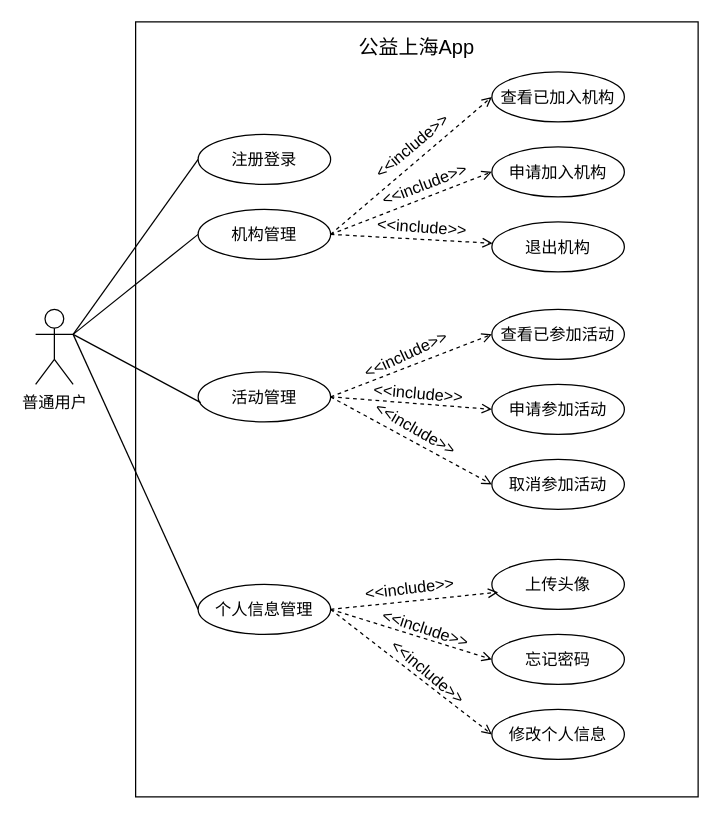
Xiaoran630/drow keeps this draw.io diagram as 用户用例图.drawio. Above is the earlier version. Source tidied: cells renumbered, new cells numbered last; positions are measured from the earlier drawing's top-left corner, leaving out a move shared by most shapes. Both pictures are drawn from the tidied source at 125%, with x=0, y=0 at pixel (35, 21).
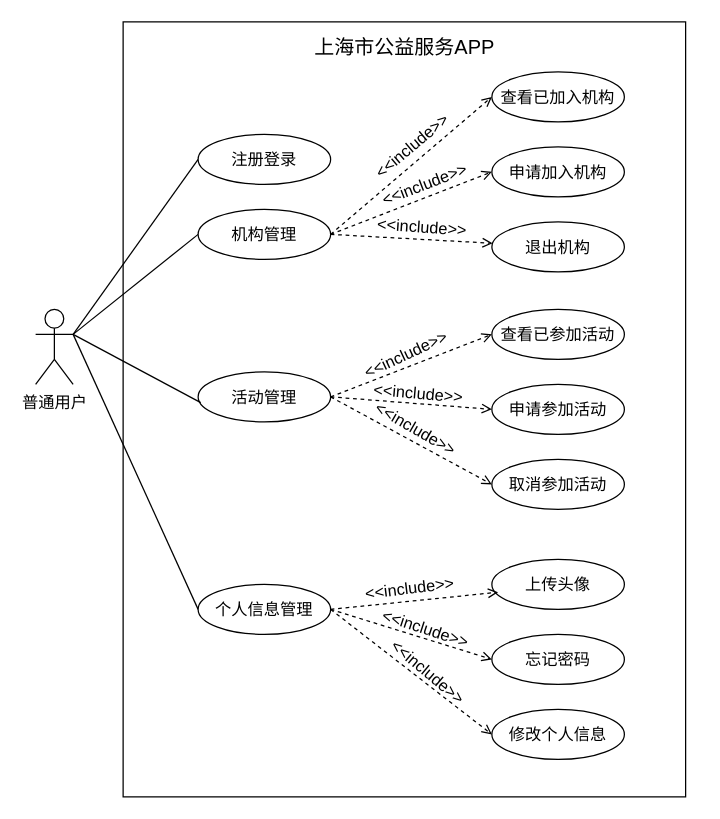
The same diagram, later.

Commit message:
更新用户用例图.drawio

Change to the diagram source:
```diff
@@
     <mxCell id="6" style="rounded=0;whiteSpace=wrap;html=1;gradientColor=none;fillColor=none;fontSize=13;labelBackgroundColor=none;" parent="1" vertex="1">
-      <mxGeometry x="80" width="450" height="620" as="geometry" />
+      <mxGeometry x="70" width="450" height="620" as="geometry" />
     </mxCell>
@@
-    <mxCell id="39" value="公益上海App" style="rounded=0;whiteSpace=wrap;html=1;strokeColor=none;fillColor=none;fontSize=16;labelBackgroundColor=none;" parent="1" vertex="1">
-      <mxGeometry x="245" y="10" width="120" height="20" as="geometry" />
+    <mxCell id="39" value="上海市公益服务APP" style="rounded=0;whiteSpace=wrap;html=1;strokeColor=none;fillColor=none;fontSize=16;labelBackgroundColor=none;" parent="1" vertex="1">
+      <mxGeometry x="192.5" y="10" width="205" height="20" as="geometry" />
     </mxCell>
```
